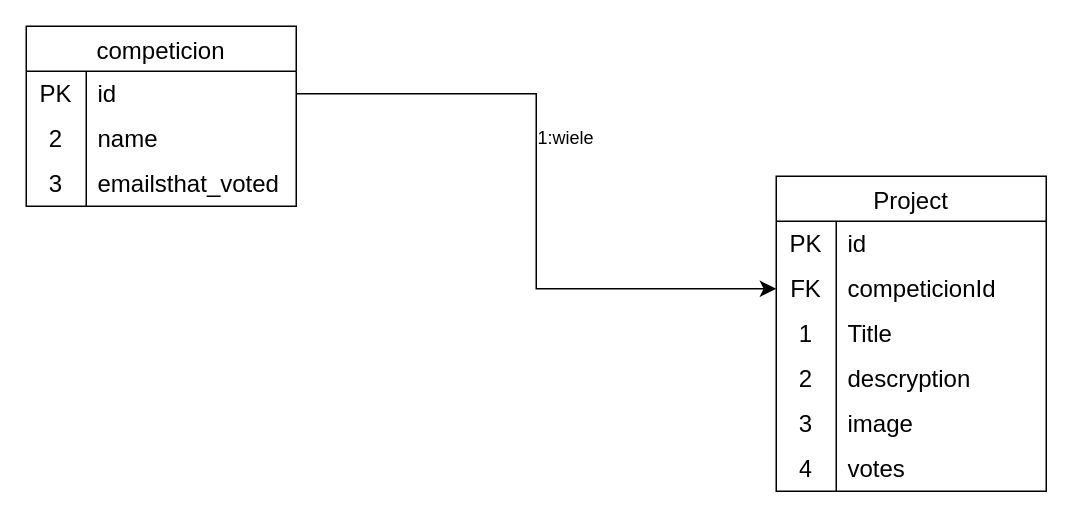
The draw.io diagram diagram.drawio in wdec05/io_aplikacja_do_glosowania, before the edit. Source tidied: cells renumbered, new cells numbered last; positions are measured from the earlier drawing's top-left corner, leaving out a move shared by most shapes. Both pictures are drawn from the tidied source at 150%, with x=0, y=0 at pixel (26, 26).
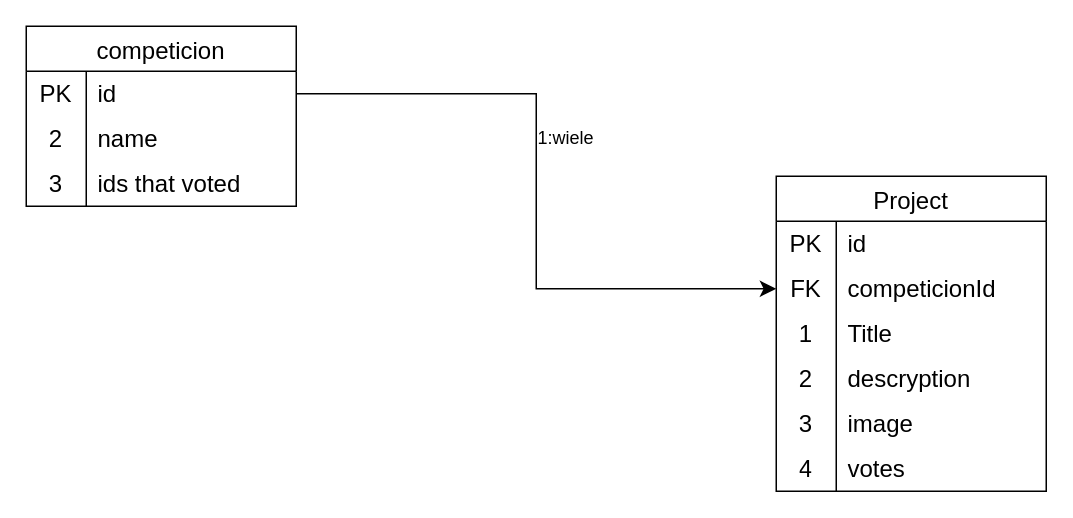
The same diagram, later.

The change refers to these unchanged cells:
```xml
<mxCell id="10" style="shape=tableRow;horizontal=0;startSize=0;swimlaneHead=0;swimlaneBody=0;top=0;left=0;bottom=0;right=0;fillColor=none;strokeColor=inherit;fontSize=16;" parent="3" vertex="1">
  <mxGeometry y="90" width="180" height="30" as="geometry" />
</mxCell>
```

Change to the diagram source:
```diff
@@
-    <mxCell id="12" value="emailsthat_voted" style="shape=partialRectangle;html=1;whiteSpace=wrap;fillColor=none;top=0;left=0;bottom=0;right=0;align=left;spacingLeft=6;overflow=hidden;strokeColor=inherit;fontSize=16;" parent="10" vertex="1">
+    <mxCell id="12" value="ids that voted" style="shape=partialRectangle;html=1;whiteSpace=wrap;fillColor=none;top=0;left=0;bottom=0;right=0;align=left;spacingLeft=6;overflow=hidden;strokeColor=inherit;fontSize=16;" parent="10" vertex="1">
       <mxGeometry x="40" width="140" height="30" as="geometry" />
     </mxCell>
```
